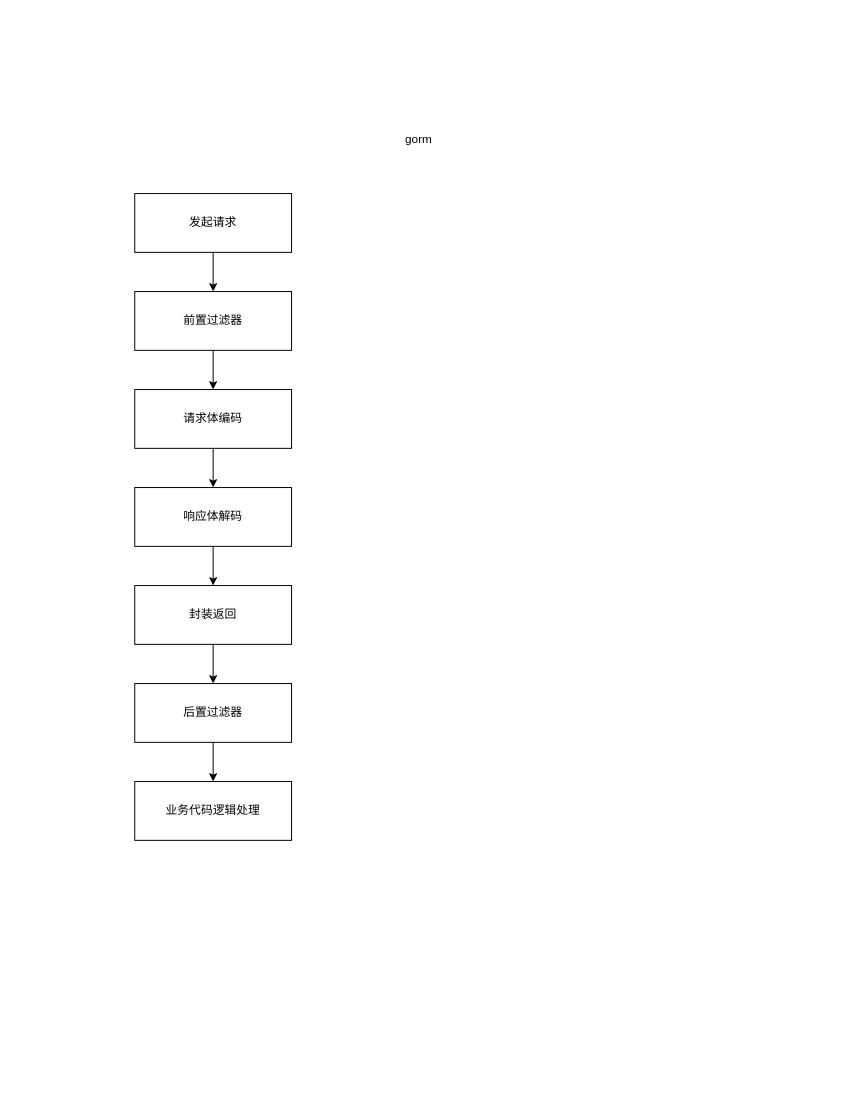
Earlier version of the draw.io diagram page "数据访问设计" (7 of 8) of data_manager/data_manage.drawio (caijiatao/go-lib). Source tidied: cells renumbered, new cells numbered last; positions are measured from the earlier drawing's top-left corner, leaving out a move shared by most shapes. Both pictures are drawn from the tidied source at 98%, with x=0, y=0 at pixel (134, 124).
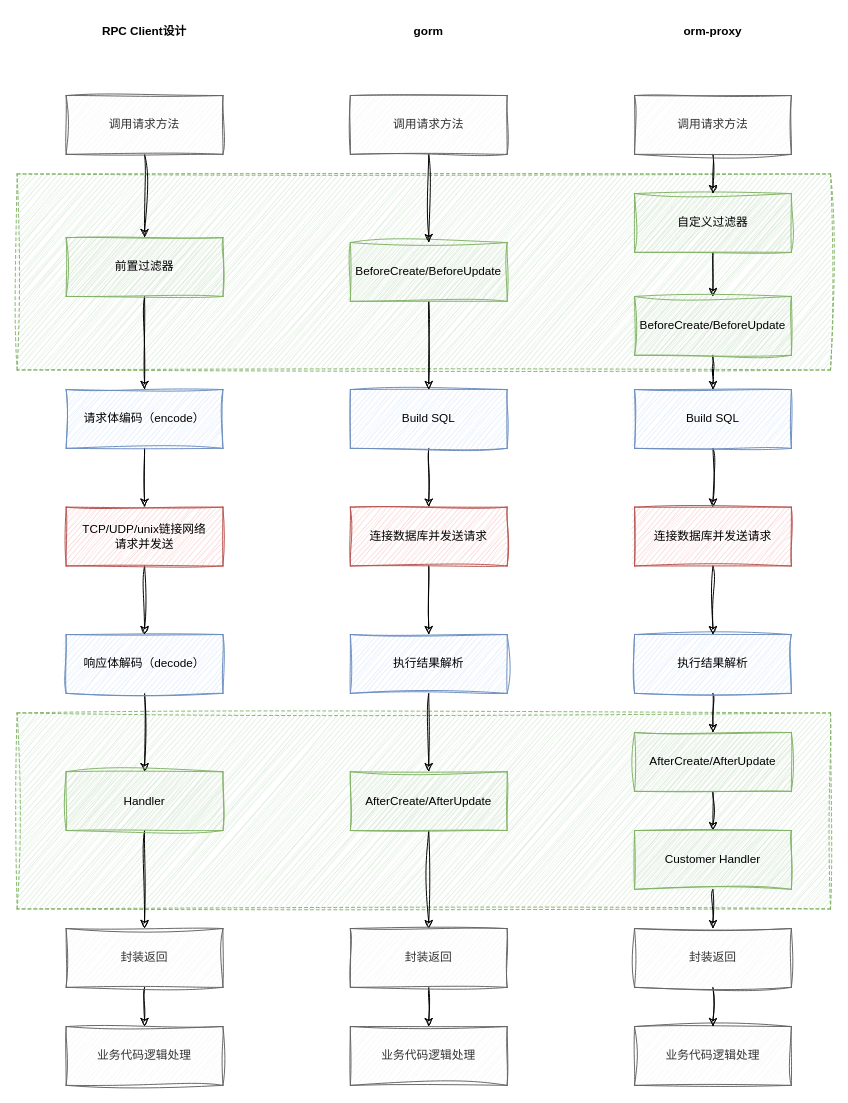
After the change.

What changed in the source:
```diff
@@
-    <mxCell id="2" style="edgeStyle=orthogonalEdgeStyle;rounded=0;jettySize=auto;html=1;" parent="1" edge="1" source="3" target="7">
-      <mxGeometry relative="1" as="geometry" />
-    </mxCell>
+    <mxCell id="16" style="rounded=0;whiteSpace=wrap;html=1;dashed=1;sketch=1;curveFitting=1;jiggle=2;fillColor=#d5e8d4;strokeColor=#82b366;" parent="1" vertex="1">
+      <mxGeometry x="-120" y="600" width="830" height="200" as="geometry" />
+    </mxCell>
+    <mxCell id="17" style="rounded=0;whiteSpace=wrap;html=1;dashed=1;fillColor=#d5e8d4;strokeColor=#82b366;sketch=1;curveFitting=1;jiggle=2;" parent="1" vertex="1">
+      <mxGeometry x="-120" y="50" width="830" height="200" as="geometry" />
+    </mxCell>
+    <mxCell id="18" style="edgeStyle=orthogonalEdgeStyle;rounded=0;sketch=1;hachureGap=4;jiggle=2;curveFitting=1;jettySize=auto;html=1;fontFamily=Architects Daughter;fontSize=16;" parent="1" edge="1" source="3" target="52">
+      <mxGeometry relative="1" as="geometry" />
+    </mxCell>
-    <mxCell id="3" value="请求体编码" style="rounded=0;whiteSpace=wrap;html=1;flipH=1;flipV=1;" parent="1" vertex="1">
-      <mxGeometry y="270" width="160" height="60" as="geometry" />
+    <mxCell id="3" value="请求体编码（encode）" style="rounded=0;whiteSpace=wrap;html=1;flipH=1;flipV=1;sketch=1;curveFitting=1;jiggle=2;fillColor=#dae8fc;strokeColor=#6c8ebf;" parent="1" vertex="1">
+      <mxGeometry x="-70" y="270" width="160" height="60" as="geometry" />
     </mxCell>
-    <mxCell id="4" style="edgeStyle=orthogonalEdgeStyle;rounded=0;jettySize=auto;html=1;" parent="1" edge="1" source="5" target="3">
+    <mxCell id="4" style="edgeStyle=orthogonalEdgeStyle;rounded=0;jettySize=auto;html=1;sketch=1;curveFitting=1;jiggle=2;" parent="1" edge="1" source="5" target="3">
       <mxGeometry relative="1" as="geometry" />
     </mxCell>
-    <mxCell id="5" value="前置过滤器" style="rounded=0;whiteSpace=wrap;html=1;flipH=1;flipV=1;" parent="1" vertex="1">
-      <mxGeometry y="170" width="160" height="60" as="geometry" />
+    <mxCell id="5" value="前置过滤器" style="rounded=0;whiteSpace=wrap;html=1;flipH=1;flipV=1;fillColor=#d5e8d4;strokeColor=#82b366;sketch=1;curveFitting=1;jiggle=2;" parent="1" vertex="1">
+      <mxGeometry x="-70" y="115" width="160" height="60" as="geometry" />
     </mxCell>
-    <mxCell id="6" style="edgeStyle=orthogonalEdgeStyle;rounded=0;jettySize=auto;html=1;" parent="1" edge="1" source="7" target="9">
+    <mxCell id="6" style="edgeStyle=orthogonalEdgeStyle;rounded=0;jettySize=auto;html=1;sketch=1;curveFitting=1;jiggle=2;" parent="1" edge="1" source="7" target="9">
       <mxGeometry relative="1" as="geometry" />
     </mxCell>
-    <mxCell id="7" value="响应体解码" style="rounded=0;whiteSpace=wrap;html=1;flipH=1;flipV=1;" parent="1" vertex="1">
-      <mxGeometry y="370" width="160" height="60" as="geometry" />
+    <mxCell id="7" value="响应体解码（decode）" style="rounded=0;whiteSpace=wrap;html=1;flipH=1;flipV=1;sketch=1;curveFitting=1;jiggle=2;fillColor=#dae8fc;strokeColor=#6c8ebf;" parent="1" vertex="1">
+      <mxGeometry x="-70" y="520" width="160" height="60" as="geometry" />
     </mxCell>
-    <mxCell id="8" style="edgeStyle=orthogonalEdgeStyle;rounded=0;jettySize=auto;html=1;" parent="1" edge="1" source="9" target="13">
+    <mxCell id="8" style="edgeStyle=orthogonalEdgeStyle;rounded=0;jettySize=auto;html=1;sketch=1;curveFitting=1;jiggle=2;" parent="1" edge="1" source="9" target="13">
       <mxGeometry relative="1" as="geometry" />
     </mxCell>
-    <mxCell id="9" value="封装返回" style="rounded=0;whiteSpace=wrap;html=1;flipH=1;flipV=1;" parent="1" vertex="1">
-      <mxGeometry y="470" width="160" height="60" as="geometry" />
+    <mxCell id="9" value="Handler" style="rounded=0;whiteSpace=wrap;html=1;flipH=1;flipV=1;sketch=1;curveFitting=1;jiggle=2;fillColor=#d5e8d4;strokeColor=#82b366;" parent="1" vertex="1">
+      <mxGeometry x="-70" y="660" width="160" height="60" as="geometry" />
     </mxCell>
-    <mxCell id="10" style="edgeStyle=orthogonalEdgeStyle;rounded=0;jettySize=auto;html=1;" parent="1" edge="1" source="11" target="5">
+    <mxCell id="10" style="edgeStyle=orthogonalEdgeStyle;rounded=0;jettySize=auto;html=1;sketch=1;curveFitting=1;jiggle=2;" parent="1" edge="1" source="11" target="5">
       <mxGeometry relative="1" as="geometry" />
     </mxCell>
-    <mxCell id="11" value="发起请求" style="rounded=0;whiteSpace=wrap;html=1;flipH=1;flipV=1;" parent="1" vertex="1">
-      <mxGeometry y="70" width="160" height="60" as="geometry" />
+    <mxCell id="11" value="调用请求方法" style="rounded=0;whiteSpace=wrap;html=1;flipH=1;flipV=1;fillColor=#f5f5f5;fontColor=#333333;strokeColor=#666666;sketch=1;curveFitting=1;jiggle=2;" parent="1" vertex="1">
+      <mxGeometry x="-70" y="-30" width="160" height="60" as="geometry" />
     </mxCell>
-    <mxCell id="12" style="edgeStyle=orthogonalEdgeStyle;rounded=0;jettySize=auto;html=1;" parent="1" edge="1" source="13" target="15">
+    <mxCell id="12" style="edgeStyle=orthogonalEdgeStyle;rounded=0;jettySize=auto;html=1;sketch=1;curveFitting=1;jiggle=2;" parent="1" edge="1" source="13" target="15">
       <mxGeometry relative="1" as="geometry" />
     </mxCell>
-    <mxCell id="13" value="后置过滤器" style="rounded=0;whiteSpace=wrap;html=1;flipH=1;flipV=1;" parent="1" vertex="1">
-      <mxGeometry y="570" width="160" height="60" as="geometry" />
+    <mxCell id="13" value="封装返回" style="rounded=0;whiteSpace=wrap;html=1;flipH=1;flipV=1;sketch=1;curveFitting=1;jiggle=2;fillColor=#f5f5f5;strokeColor=#666666;fontColor=#333333;" parent="1" vertex="1">
+      <mxGeometry x="-70" y="820" width="160" height="60" as="geometry" />
     </mxCell>
-    <mxCell id="14" value="gorm" style="text;html=1;strokeColor=none;fillColor=none;align=center;verticalAlign=middle;whiteSpace=wrap;rounded=0;" parent="1" vertex="1">
-      <mxGeometry x="260" width="60" height="30" as="geometry" />
+    <mxCell id="14" value="&lt;b&gt;gorm&lt;/b&gt;" style="text;html=1;strokeColor=none;fillColor=none;align=center;verticalAlign=middle;whiteSpace=wrap;rounded=0;sketch=1;curveFitting=1;jiggle=2;" parent="1" vertex="1">
+      <mxGeometry x="270" y="-110" width="60" height="30" as="geometry" />
     </mxCell>
-    <mxCell id="15" value="业务代码逻辑处理" style="rounded=0;whiteSpace=wrap;html=1;flipH=1;flipV=1;" parent="1" vertex="1">
-      <mxGeometry y="670" width="160" height="60" as="geometry" />
+    <mxCell id="15" value="业务代码逻辑处理" style="rounded=0;whiteSpace=wrap;html=1;flipH=1;flipV=1;fillColor=#f5f5f5;fontColor=#333333;strokeColor=#666666;sketch=1;curveFitting=1;jiggle=2;" parent="1" vertex="1">
+      <mxGeometry x="-70" y="920" width="160" height="60" as="geometry" />
     </mxCell>
+    <mxCell id="19" style="edgeStyle=orthogonalEdgeStyle;rounded=0;sketch=1;hachureGap=4;jiggle=2;curveFitting=1;jettySize=auto;html=1;fontFamily=Architects Daughter;fontSize=16;" parent="1" edge="1" source="20" target="54">
+      <mxGeometry relative="1" as="geometry" />
+    </mxCell>
+    <mxCell id="20" value="Build SQL" style="rounded=0;whiteSpace=wrap;html=1;flipH=1;flipV=1;sketch=1;curveFitting=1;jiggle=2;fillColor=#dae8fc;strokeColor=#6c8ebf;" parent="1" vertex="1">
+      <mxGeometry x="220" y="270" width="160" height="60" as="geometry" />
+    </mxCell>
+    <mxCell id="21" style="edgeStyle=orthogonalEdgeStyle;rounded=0;jettySize=auto;html=1;sketch=1;curveFitting=1;jiggle=2;" parent="1" edge="1" source="22" target="20">
+      <mxGeometry relative="1" as="geometry" />
+    </mxCell>
+    <mxCell id="22" value="BeforeCreate/BeforeUpdate" style="rounded=0;whiteSpace=wrap;html=1;flipH=1;flipV=1;fillColor=#d5e8d4;strokeColor=#82b366;sketch=1;curveFitting=1;jiggle=2;" parent="1" vertex="1">
+      <mxGeometry x="220" y="120" width="160" height="60" as="geometry" />
+    </mxCell>
+    <mxCell id="23" style="edgeStyle=orthogonalEdgeStyle;rounded=0;jettySize=auto;html=1;sketch=1;curveFitting=1;jiggle=2;" parent="1" edge="1" source="24" target="26">
+      <mxGeometry relative="1" as="geometry" />
+    </mxCell>
+    <mxCell id="24" value="执行结果解析" style="rounded=0;whiteSpace=wrap;html=1;flipH=1;flipV=1;sketch=1;curveFitting=1;jiggle=2;fillColor=#dae8fc;strokeColor=#6c8ebf;" parent="1" vertex="1">
+      <mxGeometry x="220" y="520" width="160" height="60" as="geometry" />
+    </mxCell>
+    <mxCell id="25" style="edgeStyle=orthogonalEdgeStyle;rounded=0;jettySize=auto;html=1;sketch=1;curveFitting=1;jiggle=2;" parent="1" edge="1" source="26" target="30">
+      <mxGeometry relative="1" as="geometry" />
+    </mxCell>
+    <mxCell id="26" value="AfterCreate/AfterUpdate" style="rounded=0;whiteSpace=wrap;html=1;flipH=1;flipV=1;sketch=1;curveFitting=1;jiggle=2;fillColor=#d5e8d4;strokeColor=#82b366;" parent="1" vertex="1">
+      <mxGeometry x="220" y="660" width="160" height="60" as="geometry" />
+    </mxCell>
+    <mxCell id="27" style="edgeStyle=orthogonalEdgeStyle;rounded=0;jettySize=auto;html=1;sketch=1;curveFitting=1;jiggle=2;" parent="1" edge="1" source="28" target="22">
+      <mxGeometry relative="1" as="geometry" />
+    </mxCell>
+    <mxCell id="28" value="调用请求方法" style="rounded=0;whiteSpace=wrap;html=1;flipH=1;flipV=1;fillColor=#f5f5f5;fontColor=#333333;strokeColor=#666666;sketch=1;curveFitting=1;jiggle=2;" parent="1" vertex="1">
+      <mxGeometry x="220" y="-30" width="160" height="60" as="geometry" />
+    </mxCell>
+    <mxCell id="29" style="edgeStyle=orthogonalEdgeStyle;rounded=0;jettySize=auto;html=1;sketch=1;curveFitting=1;jiggle=2;" parent="1" edge="1" source="30" target="31">
+      <mxGeometry relative="1" as="geometry" />
+    </mxCell>
+    <mxCell id="30" value="封装返回" style="rounded=0;whiteSpace=wrap;html=1;flipH=1;flipV=1;sketch=1;curveFitting=1;jiggle=2;fillColor=#f5f5f5;strokeColor=#666666;fontColor=#333333;" parent="1" vertex="1">
+      <mxGeometry x="220" y="820" width="160" height="60" as="geometry" />
+    </mxCell>
+    <mxCell id="31" value="业务代码逻辑处理" style="rounded=0;whiteSpace=wrap;html=1;flipH=1;flipV=1;fillColor=#f5f5f5;fontColor=#333333;strokeColor=#666666;sketch=1;curveFitting=1;jiggle=2;" parent="1" vertex="1">
+      <mxGeometry x="220" y="920" width="160" height="60" as="geometry" />
+    </mxCell>
+    <mxCell id="32" value="&lt;b&gt;RPC Client设计&lt;/b&gt;" style="text;html=1;strokeColor=none;fillColor=none;align=center;verticalAlign=middle;whiteSpace=wrap;rounded=0;sketch=1;curveFitting=1;jiggle=2;" parent="1" vertex="1">
+      <mxGeometry x="-40" y="-110" width="100" height="30" as="geometry" />
+    </mxCell>
+    <mxCell id="33" value="&lt;b&gt;orm-proxy&lt;/b&gt;" style="text;html=1;strokeColor=none;fillColor=none;align=center;verticalAlign=middle;whiteSpace=wrap;rounded=0;sketch=1;curveFitting=1;jiggle=2;" parent="1" vertex="1">
+      <mxGeometry x="545" y="-110" width="90" height="30" as="geometry" />
+    </mxCell>
+    <mxCell id="34" style="edgeStyle=orthogonalEdgeStyle;rounded=0;sketch=1;hachureGap=4;jiggle=2;curveFitting=1;jettySize=auto;html=1;fontFamily=Architects Daughter;fontSize=16;" parent="1" edge="1" source="35" target="56">
+      <mxGeometry relative="1" as="geometry" />
+    </mxCell>
+    <mxCell id="35" value="Build SQL" style="rounded=0;whiteSpace=wrap;html=1;flipH=1;flipV=1;sketch=1;curveFitting=1;jiggle=2;fillColor=#dae8fc;strokeColor=#6c8ebf;" parent="1" vertex="1">
+      <mxGeometry x="510" y="270" width="160" height="60" as="geometry" />
+    </mxCell>
+    <mxCell id="36" style="edgeStyle=orthogonalEdgeStyle;rounded=0;jettySize=auto;html=1;sketch=1;curveFitting=1;jiggle=2;" parent="1" edge="1" source="37" target="48">
+      <mxGeometry relative="1" as="geometry" />
+    </mxCell>
+    <mxCell id="37" value="自定义过滤器" style="rounded=0;whiteSpace=wrap;html=1;flipH=1;flipV=1;fillColor=#d5e8d4;strokeColor=#82b366;sketch=1;curveFitting=1;jiggle=2;" parent="1" vertex="1">
+      <mxGeometry x="510" y="70" width="160" height="60" as="geometry" />
+    </mxCell>
+    <mxCell id="38" style="edgeStyle=orthogonalEdgeStyle;rounded=0;jettySize=auto;html=1;sketch=1;curveFitting=1;jiggle=2;" parent="1" edge="1" source="39" target="41">
+      <mxGeometry relative="1" as="geometry" />
+    </mxCell>
+    <mxCell id="39" value="执行结果解析" style="rounded=0;whiteSpace=wrap;html=1;flipH=1;flipV=1;sketch=1;curveFitting=1;jiggle=2;fillColor=#dae8fc;strokeColor=#6c8ebf;" parent="1" vertex="1">
+      <mxGeometry x="510" y="520" width="160" height="60" as="geometry" />
+    </mxCell>
+    <mxCell id="40" style="edgeStyle=orthogonalEdgeStyle;rounded=0;jettySize=auto;html=1;sketch=1;curveFitting=1;jiggle=2;" parent="1" edge="1" source="41" target="45">
+      <mxGeometry relative="1" as="geometry" />
+    </mxCell>
+    <mxCell id="41" value="AfterCreate/AfterUpdate" style="rounded=0;whiteSpace=wrap;html=1;flipH=1;flipV=1;sketch=1;curveFitting=1;jiggle=2;fillColor=#d5e8d4;strokeColor=#82b366;" parent="1" vertex="1">
+      <mxGeometry x="510" y="620" width="160" height="60" as="geometry" />
+    </mxCell>
+    <mxCell id="42" style="edgeStyle=orthogonalEdgeStyle;rounded=0;jettySize=auto;html=1;sketch=1;curveFitting=1;jiggle=2;" parent="1" edge="1" source="43" target="37">
+      <mxGeometry relative="1" as="geometry" />
+    </mxCell>
+    <mxCell id="43" value="调用请求方法" style="rounded=0;whiteSpace=wrap;html=1;flipH=1;flipV=1;fillColor=#f5f5f5;fontColor=#333333;strokeColor=#666666;sketch=1;curveFitting=1;jiggle=2;" parent="1" vertex="1">
+      <mxGeometry x="510" y="-30" width="160" height="60" as="geometry" />
+    </mxCell>
+    <mxCell id="44" style="edgeStyle=orthogonalEdgeStyle;rounded=0;jettySize=auto;html=1;sketch=1;curveFitting=1;jiggle=2;" parent="1" edge="1" source="45" target="50">
+      <mxGeometry relative="1" as="geometry" />
+    </mxCell>
+    <mxCell id="45" value="Customer Handler" style="rounded=0;whiteSpace=wrap;html=1;flipH=1;flipV=1;sketch=1;curveFitting=1;jiggle=2;fillColor=#d5e8d4;strokeColor=#82b366;" parent="1" vertex="1">
+      <mxGeometry x="510" y="720" width="160" height="60" as="geometry" />
+    </mxCell>
+    <mxCell id="46" value="业务代码逻辑处理" style="rounded=0;whiteSpace=wrap;html=1;flipH=1;flipV=1;fillColor=#f5f5f5;fontColor=#333333;strokeColor=#666666;sketch=1;curveFitting=1;jiggle=2;" parent="1" vertex="1">
+      <mxGeometry x="510" y="920" width="160" height="60" as="geometry" />
+    </mxCell>
+    <mxCell id="47" style="edgeStyle=orthogonalEdgeStyle;rounded=0;jettySize=auto;html=1;sketch=1;curveFitting=1;jiggle=2;" parent="1" edge="1" source="48" target="35">
+      <mxGeometry relative="1" as="geometry" />
+    </mxCell>
+    <mxCell id="48" value="BeforeCreate/BeforeUpdate" style="rounded=0;whiteSpace=wrap;html=1;flipH=1;flipV=1;fillColor=#d5e8d4;strokeColor=#82b366;sketch=1;curveFitting=1;jiggle=2;" parent="1" vertex="1">
+      <mxGeometry x="510" y="175" width="160" height="60" as="geometry" />
+    </mxCell>
+    <mxCell id="49" style="edgeStyle=orthogonalEdgeStyle;rounded=0;jettySize=auto;html=1;sketch=1;curveFitting=1;jiggle=2;" parent="1" edge="1" source="50" target="46">
+      <mxGeometry relative="1" as="geometry" />
+    </mxCell>
+    <mxCell id="50" value="封装返回" style="rounded=0;whiteSpace=wrap;html=1;flipH=1;flipV=1;sketch=1;curveFitting=1;jiggle=2;fillColor=#f5f5f5;strokeColor=#666666;fontColor=#333333;" parent="1" vertex="1">
+      <mxGeometry x="510" y="820" width="160" height="60" as="geometry" />
+    </mxCell>
+    <mxCell id="51" style="edgeStyle=orthogonalEdgeStyle;rounded=0;sketch=1;hachureGap=4;jiggle=2;curveFitting=1;jettySize=auto;html=1;fontFamily=Architects Daughter;fontSize=16;" parent="1" edge="1" source="52" target="7">
+      <mxGeometry relative="1" as="geometry" />
+    </mxCell>
+    <mxCell id="52" value="TCP/UDP/unix链接网络&lt;br&gt;请求并发送" style="rounded=0;whiteSpace=wrap;html=1;flipH=1;flipV=1;sketch=1;curveFitting=1;jiggle=2;fillColor=#f8cecc;strokeColor=#b85450;" parent="1" vertex="1">
+      <mxGeometry x="-70" y="390" width="160" height="60" as="geometry" />
+    </mxCell>
+    <mxCell id="53" style="edgeStyle=orthogonalEdgeStyle;rounded=0;sketch=1;hachureGap=4;jiggle=2;curveFitting=1;jettySize=auto;html=1;fontFamily=Architects Daughter;fontSize=16;" parent="1" edge="1" source="54" target="24">
+      <mxGeometry relative="1" as="geometry" />
+    </mxCell>
+    <mxCell id="54" value="连接数据库并发送请求" style="rounded=0;whiteSpace=wrap;html=1;flipH=1;flipV=1;sketch=1;curveFitting=1;jiggle=2;fillColor=#f8cecc;strokeColor=#b85450;" parent="1" vertex="1">
+      <mxGeometry x="220" y="390" width="160" height="60" as="geometry" />
+    </mxCell>
+    <mxCell id="55" style="edgeStyle=orthogonalEdgeStyle;rounded=0;sketch=1;hachureGap=4;jiggle=2;curveFitting=1;jettySize=auto;html=1;fontFamily=Architects Daughter;fontSize=16;" parent="1" edge="1" source="56" target="39">
+      <mxGeometry relative="1" as="geometry" />
+    </mxCell>
+    <mxCell id="56" value="连接数据库并发送请求" style="rounded=0;whiteSpace=wrap;html=1;flipH=1;flipV=1;sketch=1;curveFitting=1;jiggle=2;fillColor=#f8cecc;strokeColor=#b85450;" parent="1" vertex="1">
+      <mxGeometry x="510" y="390" width="160" height="60" as="geometry" />
+    </mxCell>
```
